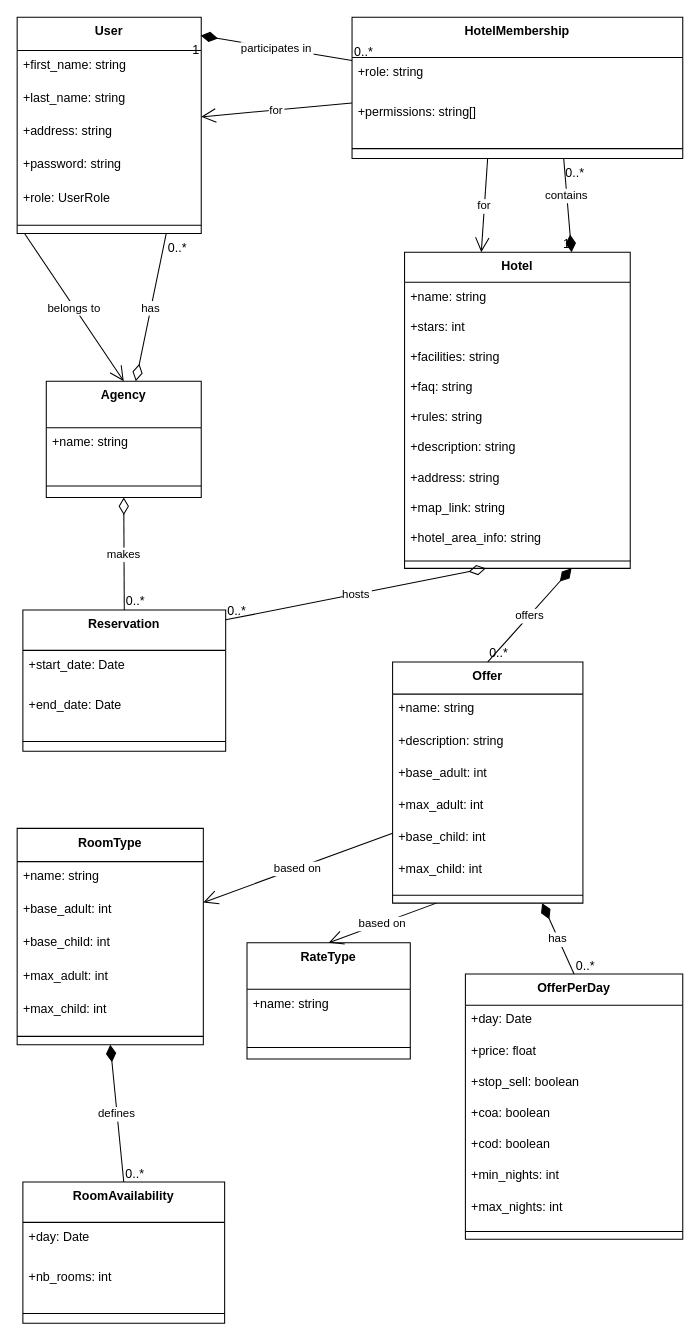
The draw.io diagram page "front" (2 of 3) of class_diagram.drawio in jawharhmidi02/resrvy_diagrams, before the edit. Source tidied: cells renumbered, new cells numbered last; positions are measured from the earlier drawing's top-left corner, leaving out a move shared by most shapes. Both pictures are drawn from the tidied source at 104%, with x=0, y=0 at pixel (17, 17).
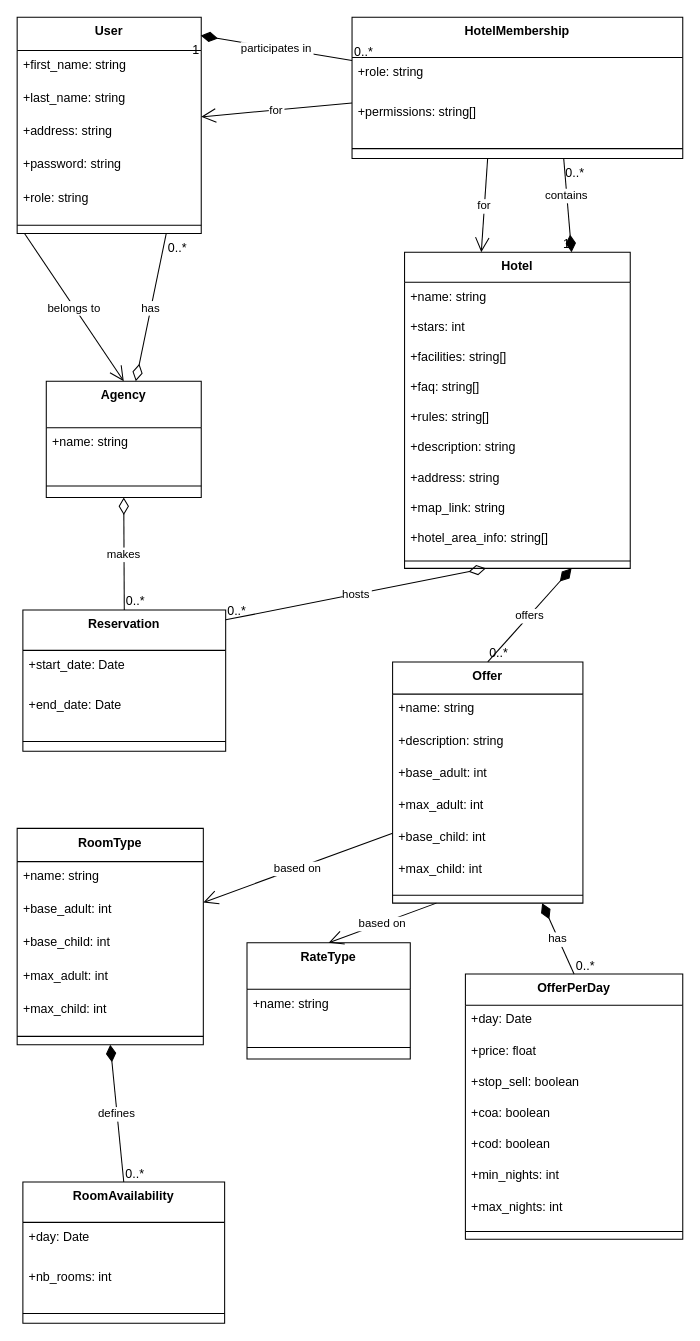
The same diagram, later.

The change refers to these unchanged cells:
```xml
<mxCell id="2" value="User" style="swimlane;fontStyle=1;align=center;verticalAlign=top;horizontal=1;startSize=32;" parent="1" vertex="1">
  <mxGeometry width="177" height="208" as="geometry" />
</mxCell>
<mxCell id="12" value="Hotel" style="swimlane;fontStyle=1;align=center;verticalAlign=top;horizontal=1;startSize=28.952380952380953;" parent="1" vertex="1">
  <mxGeometry x="372.5" y="226" width="217" height="304" as="geometry" />
</mxCell>
```

Diff of the diagram source:
```diff
@@
-    <mxCell id="7" value="+role: UserRole" style="text;strokeColor=none;fillColor=none;align=left;verticalAlign=top;spacingLeft=4;spacingRight=4;overflow=hidden;" parent="2" vertex="1">
+    <mxCell id="7" value="+role: string" style="text;strokeColor=none;fillColor=none;align=left;verticalAlign=top;spacingLeft=4;spacingRight=4;overflow=hidden;" parent="2" vertex="1">
       <mxGeometry y="160" width="177" height="32" as="geometry" />
     </mxCell>
@@
-    <mxCell id="15" value="+facilities: string" style="text;strokeColor=none;fillColor=none;align=left;verticalAlign=top;spacingLeft=4;spacingRight=4;overflow=hidden;" parent="12" vertex="1">
+    <mxCell id="15" value="+facilities: string[]" style="text;strokeColor=none;fillColor=none;align=left;verticalAlign=top;spacingLeft=4;spacingRight=4;overflow=hidden;" parent="12" vertex="1">
       <mxGeometry y="87" width="217" height="29" as="geometry" />
     </mxCell>
-    <mxCell id="16" value="+faq: string" style="text;strokeColor=none;fillColor=none;align=left;verticalAlign=top;spacingLeft=4;spacingRight=4;overflow=hidden;" parent="12" vertex="1">
+    <mxCell id="16" value="+faq: string[]" style="text;strokeColor=none;fillColor=none;align=left;verticalAlign=top;spacingLeft=4;spacingRight=4;overflow=hidden;" parent="12" vertex="1">
       <mxGeometry y="116" width="217" height="29" as="geometry" />
     </mxCell>
-    <mxCell id="17" value="+rules: string" style="text;strokeColor=none;fillColor=none;align=left;verticalAlign=top;spacingLeft=4;spacingRight=4;overflow=hidden;" parent="12" vertex="1">
+    <mxCell id="17" value="+rules: string[]" style="text;strokeColor=none;fillColor=none;align=left;verticalAlign=top;spacingLeft=4;spacingRight=4;overflow=hidden;" parent="12" vertex="1">
       <mxGeometry y="145" width="217" height="29" as="geometry" />
     </mxCell>
@@
-    <mxCell id="21" value="+hotel_area_info: string" style="text;strokeColor=none;fillColor=none;align=left;verticalAlign=top;spacingLeft=4;spacingRight=4;overflow=hidden;" parent="12" vertex="1">
+    <mxCell id="21" value="+hotel_area_info: string[]" style="text;strokeColor=none;fillColor=none;align=left;verticalAlign=top;spacingLeft=4;spacingRight=4;overflow=hidden;" parent="12" vertex="1">
       <mxGeometry y="261" width="217" height="29" as="geometry" />
     </mxCell>
```
